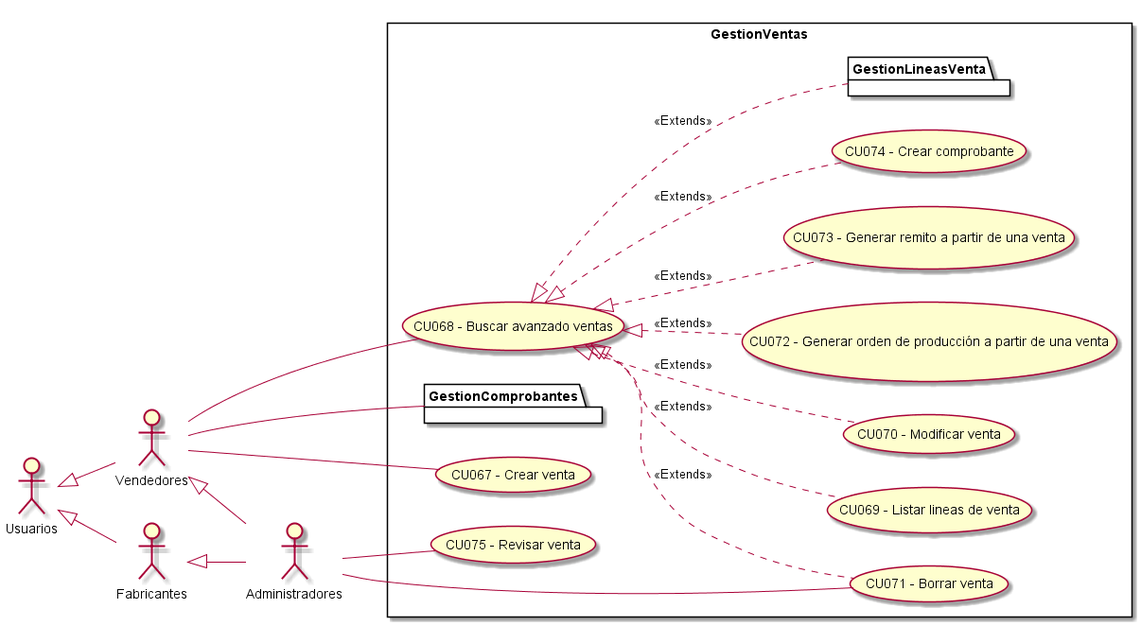
Before: Informe Final/Imagenes/ModeladoDeCasosDeUso/DiagramaDeCasosDeUso/GestionVentas.png, a diagram exported from PlantUML (ZMGestion/DocumentacionZMGestion).
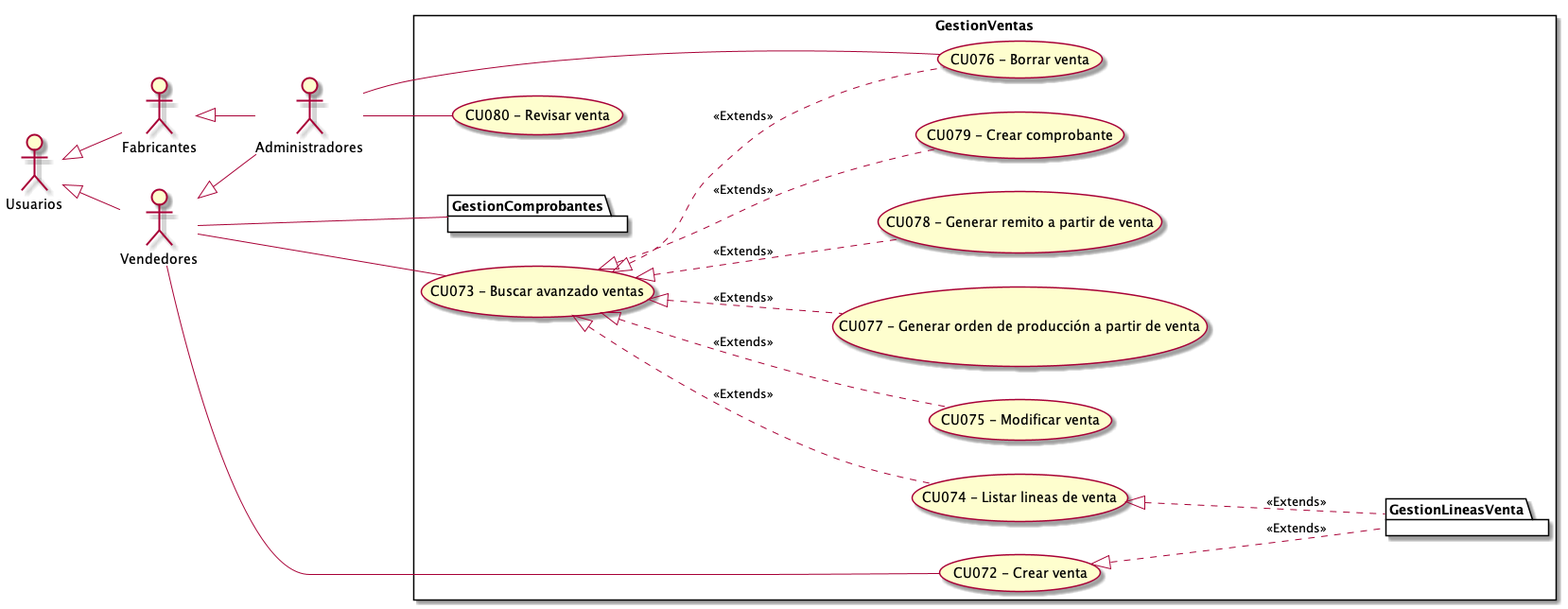
The same diagram one commit later.

What changed in the source:
```diff
@@ -13,15 +13,15 @@
  left to right direction
 
 rectangle GestionVentas{
-    UseCase "CU067 - Crear venta" as C
-    UseCase "CU068 - Buscar avanzado ventas " as BA
-    UseCase "CU069 - Listar lineas de venta " as Listar
-    UseCase "CU070 - Modificar venta" as M
-    UseCase "CU071 - Borrar venta" as B
-    UseCase "CU072 - Generar orden de producción a partir de una venta" as GenerarOrden
-    UseCase "CU073 - Generar remito a partir de una venta" as GenerarRemito
-    UseCase "CU074 - Crear comprobante" as CrearComprobante
-    UseCase "CU075 - Revisar venta" as Revisar
+    UseCase "CU072 - Crear venta" as C
+    UseCase "CU073 - Buscar avanzado ventas " as BA
+    UseCase "CU074 - Listar lineas de venta " as Listar
+    UseCase "CU075 - Modificar venta" as M
+    UseCase "CU076 - Borrar venta" as B
+    UseCase "CU077 - Generar orden de producción a partir de venta" as GenerarOrden
+    UseCase "CU078 - Generar remito a partir de venta" as GenerarRemito
+    UseCase "CU079 - Crear comprobante" as CrearComprobante
+    UseCase "CU080 - Revisar venta" as Revisar
     package GestionLineasVenta{
     }
     package GestionComprobantes{
@@ -31,9 +31,10 @@
     BA <|.. B : <<Extends>>
     BA <|.. Listar : <<Extends>>
     BA <|.. CrearComprobante : <<Extends>>
-    BA <|.. GestionLineasVenta : <<Extends>>
+    Listar <|.. GestionLineasVenta : <<Extends>>
     BA <|.. GenerarOrden : <<Extends>>
     BA <|.. GenerarRemito : <<Extends>>
+    C  <|.. GestionLineasVenta : <<Extends>>
 }
     Vendedores -- C
     Vendedores -- GestionComprobantes
```
